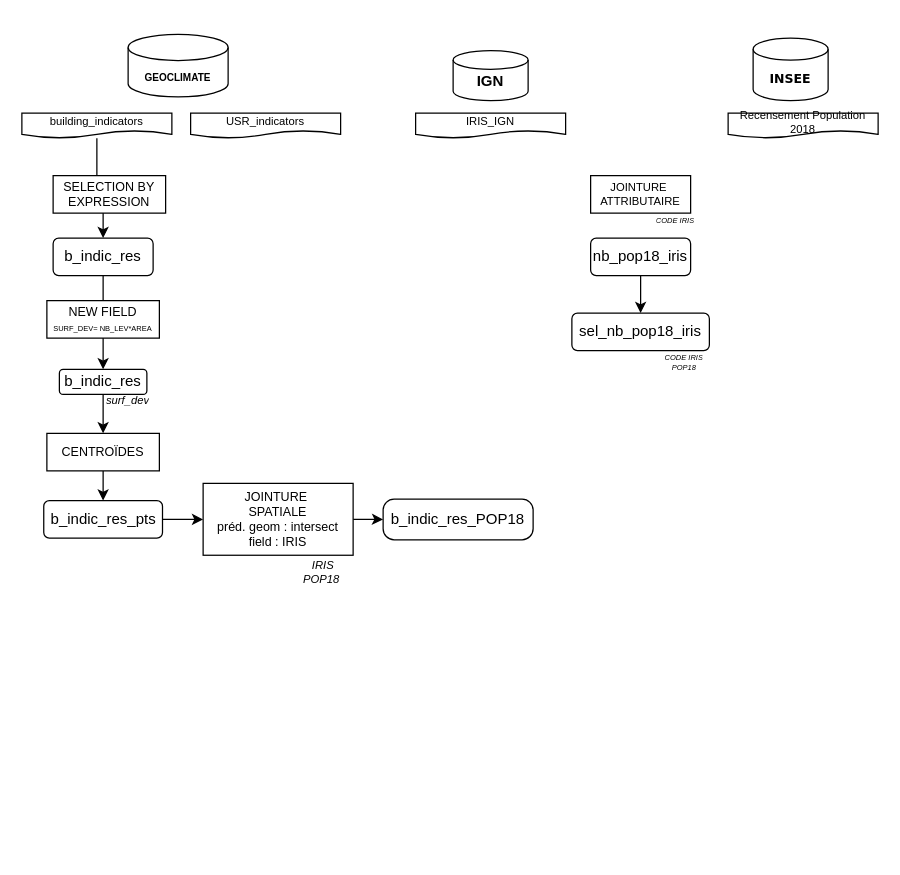
ntouati/Projets keeps this draw.io diagram as desagregation.drawio. Above is the earlier version. Source tidied: cells renumbered, new cells numbered last; positions are measured from the earlier drawing's top-left corner, leaving out a move shared by most shapes. Both pictures are drawn from the tidied source at 125%, with x=0, y=0 at pixel (21, 21).
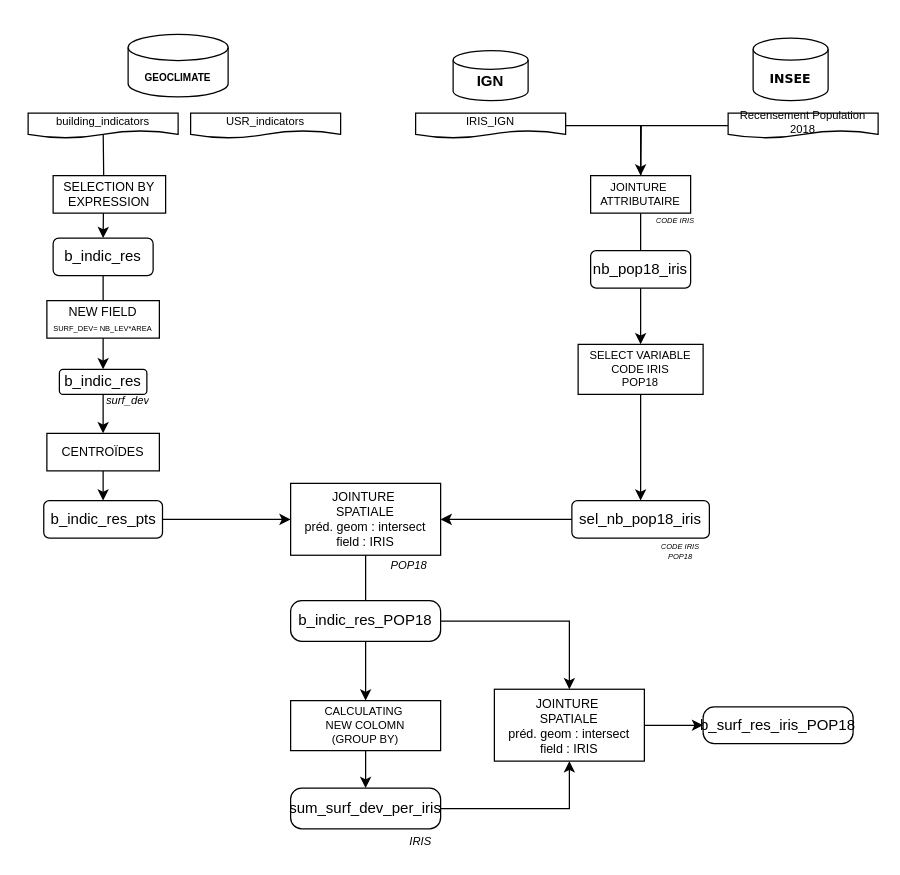
The same diagram, later.

Commit message:
Mettre à jour desagregation.drawio

The change refers to these unchanged cells:
```xml
<mxCell id="13" value="b_indic_res" style="rounded=1;whiteSpace=wrap;html=1;" parent="1" vertex="1">
  <mxGeometry x="25" y="173" width="80" height="30" as="geometry" />
</mxCell>
<mxCell id="19" value="IRIS_IGN" style="shape=document;whiteSpace=wrap;html=1;boundedLbl=1;fontSize=9;" parent="1" vertex="1">
  <mxGeometry x="315" y="73" width="120" height="20" as="geometry" />
</mxCell>
<mxCell id="20" value="Recensement Population 2018" style="shape=document;whiteSpace=wrap;html=1;boundedLbl=1;fontSize=9;" parent="1" vertex="1">
  <mxGeometry x="565" y="73" width="120" height="20" as="geometry" />
</mxCell>
<mxCell id="21" value="&lt;div&gt;JOINTURE&amp;nbsp;&lt;/div&gt;&lt;div&gt;ATTRIBUTAIRE&lt;/div&gt;" style="rounded=0;whiteSpace=wrap;html=1;fontSize=9;" parent="1" vertex="1">
  <mxGeometry x="455" y="123" width="80" height="30" as="geometry" />
</mxCell>
```

Diff of the diagram source:
```diff
@@
-    <mxCell id="5" style="edgeStyle=orthogonalEdgeStyle;rounded=0;jettySize=auto;html=1;" parent="1" edge="1" source="6" target="13">
-      <mxGeometry relative="1" as="geometry" />
+    <mxCell id="5" style="edgeStyle=orthogonalEdgeStyle;rounded=0;jettySize=auto;html=1;" parent="1" edge="1" target="13">
+      <mxGeometry relative="1" as="geometry">
+        <mxPoint x="65" y="83" as="sourcePoint" />
+      </mxGeometry>
     </mxCell>
     <mxCell id="6" value="building_indicators" style="shape=document;whiteSpace=wrap;html=1;boundedLbl=1;fontSize=9;" parent="1" vertex="1">
-      <mxGeometry y="73" width="120" height="20" as="geometry" />
+      <mxGeometry x="5" y="73" width="120" height="20" as="geometry" />
     </mxCell>
@@
+    <mxCell id="35" style="edgeStyle=orthogonalEdgeStyle;rounded=0;jettySize=auto;html=1;" parent="1" edge="1" source="19" target="21">
+      <mxGeometry relative="1" as="geometry" />
+    </mxCell>
@@
+    <mxCell id="36" style="edgeStyle=orthogonalEdgeStyle;rounded=0;jettySize=auto;html=1;" parent="1" edge="1" source="20">
+      <mxGeometry relative="1" as="geometry">
+        <mxPoint x="495" y="133" as="targetPoint" />
+      </mxGeometry>
+    </mxCell>
@@
+    <mxCell id="37" style="edgeStyle=orthogonalEdgeStyle;rounded=0;jettySize=auto;html=1;" parent="1" edge="1" source="21" target="48">
+      <mxGeometry relative="1" as="geometry" />
+    </mxCell>
@@
-    <mxCell id="22" style="edgeStyle=orthogonalEdgeStyle;rounded=0;jettySize=auto;html=1;" parent="1" edge="1" source="23" target="24">
-      <mxGeometry relative="1" as="geometry" />
-    </mxCell>
     <mxCell id="23" value="nb_pop18_iris" style="rounded=1;whiteSpace=wrap;html=1;" parent="1" vertex="1">
-      <mxGeometry x="455" y="173" width="80" height="30" as="geometry" />
+      <mxGeometry x="455" y="183" width="80" height="30" as="geometry" />
     </mxCell>
-    <mxCell id="24" value="sel_nb_pop18_iris" style="rounded=1;whiteSpace=wrap;html=1;" parent="1" vertex="1">
-      <mxGeometry x="440" y="233" width="110" height="30" as="geometry" />
-    </mxCell>
@@
-    <mxCell id="28" style="edgeStyle=orthogonalEdgeStyle;rounded=0;jettySize=auto;html=1;" parent="1" edge="1" source="29" target="33">
-      <mxGeometry relative="1" as="geometry" />
-    </mxCell>
+    <mxCell id="38" style="edgeStyle=orthogonalEdgeStyle;rounded=0;jettySize=auto;html=1;" parent="1" edge="1" source="29" target="41">
+      <mxGeometry relative="1" as="geometry" />
+    </mxCell>
     <mxCell id="29" value="&lt;div style=&quot;font-size: 10px;&quot;&gt;JOINTURE&amp;nbsp;&lt;/div&gt;&lt;div style=&quot;font-size: 10px;&quot;&gt;SPATIALE&lt;/div&gt;&lt;div style=&quot;font-size: 10px;&quot;&gt;préd. geom : intersect&lt;/div&gt;&lt;div style=&quot;font-size: 10px;&quot;&gt;field : IRIS&lt;br&gt;&lt;/div&gt;" style="whiteSpace=wrap;html=1;rounded=1;arcSize=0;fontSize=10;" parent="1" vertex="1">
-      <mxGeometry x="145" y="369.2" width="120" height="57.5" as="geometry" />
+      <mxGeometry x="215" y="369.2" width="120" height="57.5" as="geometry" />
     </mxCell>
-    <mxCell id="30" value="&lt;div style=&quot;font-size: 6px;&quot;&gt;CODE IRIS&lt;/div&gt;&lt;div style=&quot;font-size: 6px;&quot;&gt;POP18&lt;br style=&quot;font-size: 6px;&quot;&gt;&lt;/div&gt;" style="text;html=1;strokeColor=none;fillColor=none;align=center;verticalAlign=middle;whiteSpace=wrap;overflow=hidden;fontStyle=2;fontSize=6;" parent="1" vertex="1">
-      <mxGeometry x="505" y="263" width="50" height="20" as="geometry" />
-    </mxCell>
@@
+    <mxCell id="39" style="edgeStyle=orthogonalEdgeStyle;rounded=0;jettySize=auto;html=1;" parent="1" edge="1" source="33" target="46">
+      <mxGeometry relative="1" as="geometry" />
+    </mxCell>
     <mxCell id="33" value="b_indic_res_POP18" style="whiteSpace=wrap;html=1;fontSize=12;rounded=1;arcSize=27;" parent="1" vertex="1">
-      <mxGeometry x="289" y="381.8" width="120" height="32.5" as="geometry" />
+      <mxGeometry x="215" y="463" width="120" height="32.5" as="geometry" />
     </mxCell>
-    <mxCell id="34" value="&lt;div&gt;&amp;nbsp;IRIS&lt;/div&gt;&lt;div&gt;POP18&lt;br&gt;&lt;/div&gt;" style="text;html=1;strokeColor=none;fillColor=none;align=center;verticalAlign=middle;whiteSpace=wrap;overflow=hidden;fontStyle=2;fontSize=9;" parent="1" vertex="1">
-      <mxGeometry x="215" y="426.8" width="50" height="26.2" as="geometry" />
+    <mxCell id="34" value="&lt;div&gt;POP18&lt;br&gt;&lt;/div&gt;" style="text;html=1;strokeColor=none;fillColor=none;align=center;verticalAlign=middle;whiteSpace=wrap;overflow=hidden;fontStyle=2;fontSize=9;" parent="1" vertex="1">
+      <mxGeometry x="285" y="426.8" width="50" height="16.2" as="geometry" />
     </mxCell>
+    <mxCell id="40" style="edgeStyle=orthogonalEdgeStyle;rounded=0;jettySize=auto;html=1;" parent="1" edge="1" source="41" target="44">
+      <mxGeometry relative="1" as="geometry" />
+    </mxCell>
+    <mxCell id="41" value="&lt;div&gt;CALCULATING&amp;nbsp;&lt;/div&gt;&lt;div&gt;NEW COLOMN&lt;/div&gt;&lt;div&gt;(GROUP BY)&lt;/div&gt;" style="rounded=0;whiteSpace=wrap;html=1;fontSize=9;" parent="1" vertex="1">
+      <mxGeometry x="215" y="543" width="120" height="40" as="geometry" />
+    </mxCell>
+    <mxCell id="42" value="&lt;div&gt;&amp;nbsp;IRIS&lt;/div&gt;" style="text;html=1;strokeColor=none;fillColor=none;align=center;verticalAlign=middle;whiteSpace=wrap;overflow=hidden;fontStyle=2;fontSize=9;" parent="1" vertex="1">
+      <mxGeometry x="301" y="645.5" width="34" height="20" as="geometry" />
+    </mxCell>
+    <mxCell id="43" style="edgeStyle=orthogonalEdgeStyle;rounded=0;jettySize=auto;html=1;" parent="1" edge="1" source="44" target="46">
+      <mxGeometry relative="1" as="geometry" />
+    </mxCell>
+    <mxCell id="44" value="sum_surf_dev_per_iris" style="whiteSpace=wrap;html=1;fontSize=12;rounded=1;arcSize=27;" parent="1" vertex="1">
+      <mxGeometry x="215" y="613" width="120" height="32.5" as="geometry" />
+    </mxCell>
+    <mxCell id="45" style="edgeStyle=orthogonalEdgeStyle;rounded=0;jettySize=auto;html=1;" parent="1" edge="1" source="46" target="51">
+      <mxGeometry relative="1" as="geometry" />
+    </mxCell>
+    <mxCell id="46" value="&lt;div style=&quot;font-size: 10px;&quot;&gt;JOINTURE&amp;nbsp;&lt;/div&gt;&lt;div style=&quot;font-size: 10px;&quot;&gt;SPATIALE&lt;/div&gt;&lt;div style=&quot;font-size: 10px;&quot;&gt;préd. geom : intersect&lt;/div&gt;&lt;div style=&quot;font-size: 10px;&quot;&gt;field : IRIS&lt;br&gt;&lt;/div&gt;" style="whiteSpace=wrap;html=1;rounded=1;arcSize=0;fontSize=10;" parent="1" vertex="1">
+      <mxGeometry x="378" y="533.9" width="120" height="57.5" as="geometry" />
+    </mxCell>
+    <mxCell id="47" style="edgeStyle=orthogonalEdgeStyle;rounded=0;jettySize=auto;html=1;" parent="1" edge="1" source="48" target="24">
+      <mxGeometry relative="1" as="geometry" />
+    </mxCell>
+    <mxCell id="48" value="&lt;div style=&quot;font-size: 9px;&quot;&gt;SELECT VARIABLE&lt;/div&gt;&lt;div style=&quot;font-size: 9px;&quot;&gt;CODE IRIS&lt;/div&gt;&lt;div style=&quot;font-size: 9px;&quot;&gt;POP18&lt;br style=&quot;font-size: 9px;&quot;&gt;&lt;/div&gt;" style="rounded=0;whiteSpace=wrap;html=1;fontSize=9;" parent="1" vertex="1">
+      <mxGeometry x="445" y="258" width="100" height="40" as="geometry" />
+    </mxCell>
+    <mxCell id="49" style="group;" parent="1" vertex="1">
+      <mxGeometry x="437.5" y="363" width="115" height="50" as="geometry" />
+    </mxCell>
+    <mxCell id="24" value="sel_nb_pop18_iris" style="rounded=1;whiteSpace=wrap;html=1;" parent="49" vertex="1">
+      <mxGeometry x="2.5" y="20" width="110" height="30" as="geometry" />
+    </mxCell>
+    <mxCell id="30" value="&lt;div style=&quot;font-size: 6px;&quot;&gt;CODE IRIS&lt;/div&gt;&lt;div style=&quot;font-size: 6px;&quot;&gt;POP18&lt;br style=&quot;font-size: 6px;&quot;&gt;&lt;/div&gt;" style="text;html=1;strokeColor=none;fillColor=none;align=center;verticalAlign=middle;whiteSpace=wrap;overflow=hidden;fontStyle=2;fontSize=6;rotation=0;" parent="1" vertex="1">
+      <mxGeometry x="502.5" y="414.2" width="47.5" height="20" as="geometry" />
+    </mxCell>
+    <mxCell id="50" style="edgeStyle=orthogonalEdgeStyle;rounded=0;jettySize=auto;html=1;" parent="1" edge="1" source="24" target="29">
+      <mxGeometry relative="1" as="geometry" />
+    </mxCell>
+    <mxCell id="51" value="b_surf_res_iris_POP18" style="whiteSpace=wrap;html=1;rounded=1;arcSize=30;fontSize=12;" parent="1" vertex="1">
+      <mxGeometry x="545" y="548" width="120" height="29.4" as="geometry" />
+    </mxCell>
```
